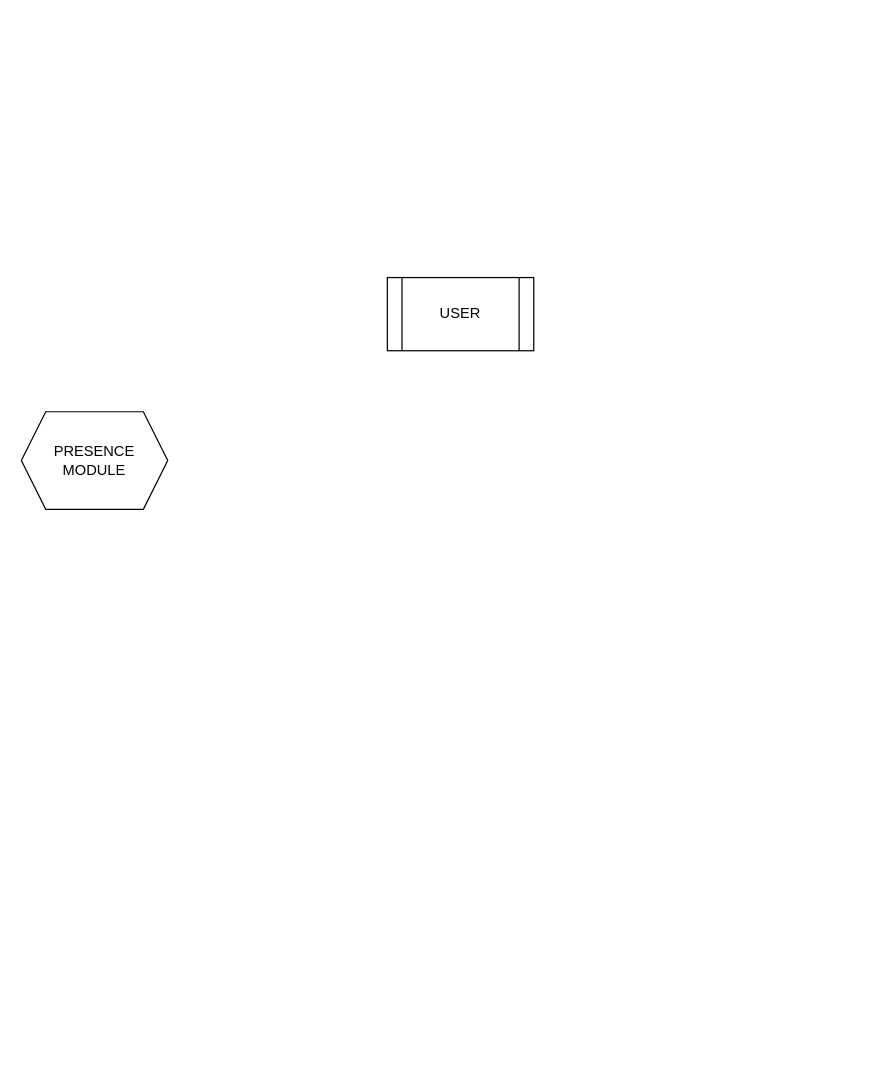
pustvts/pustvts-info keeps this draw.io diagram as project.drawio. Above is the earlier version. Source tidied: cells renumbered, new cells numbered last; positions are measured from the earlier drawing's top-left corner, leaving out a move shared by most shapes. Both pictures are drawn from the tidied source at 122%, with x=0, y=0 at pixel (21, 277).
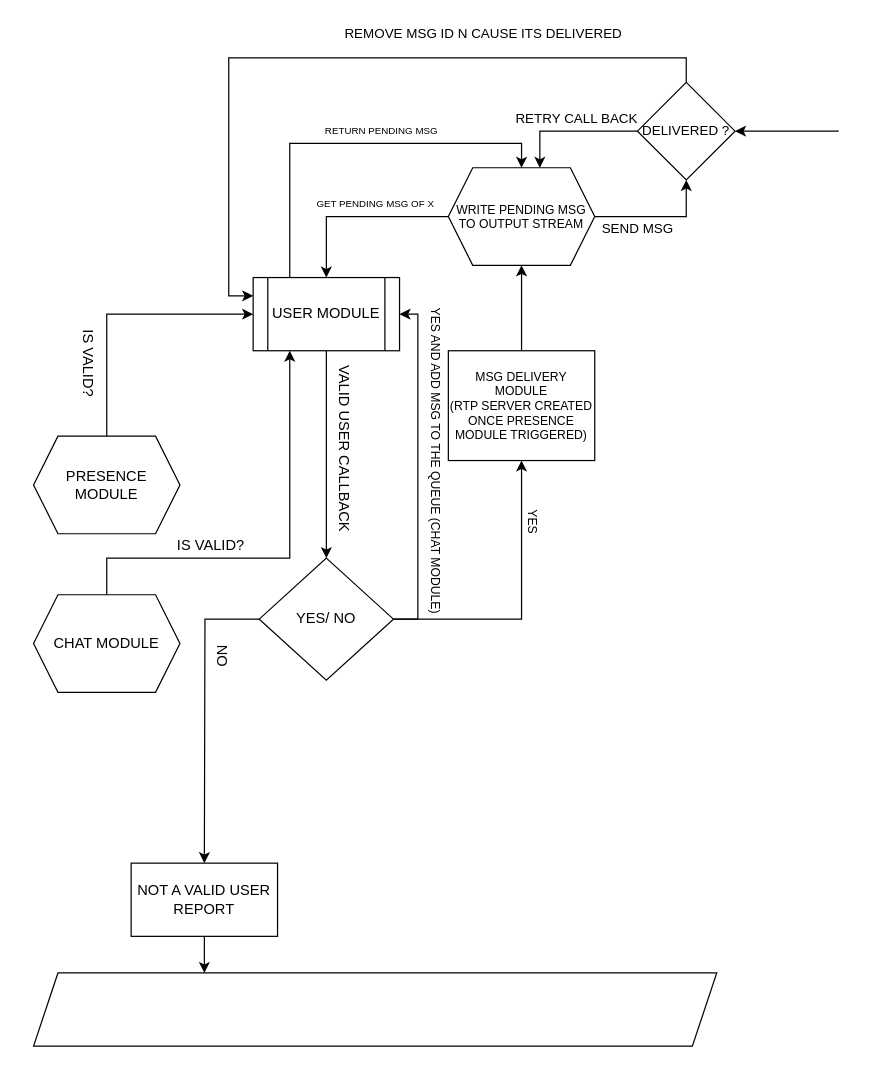
After the change.

Change to the diagram source:
```diff
@@
+    <mxCell id="4" style="edgeStyle=orthogonalEdgeStyle;rounded=0;jettySize=auto;html=1;exitX=0.5;exitY=1;exitDx=0;exitDy=0;" parent="1" edge="1" source="2">
+      <mxGeometry relative="1" as="geometry">
+        <mxPoint x="250" y="230" as="targetPoint" />
+      </mxGeometry>
+    </mxCell>
+    <mxCell id="5" style="edgeStyle=orthogonalEdgeStyle;rounded=0;jettySize=auto;html=1;exitX=0.25;exitY=0;exitDx=0;exitDy=0;entryX=0.5;entryY=0;entryDx=0;entryDy=0;fontSize=8;" parent="1" edge="1" source="2" target="26">
+      <mxGeometry relative="1" as="geometry" />
+    </mxCell>
-    <mxCell id="2" value="USER" style="shape=process;whiteSpace=wrap;html=1;backgroundOutline=1;" parent="1" vertex="1">
-      <mxGeometry x="300" width="120" height="60" as="geometry" />
+    <mxCell id="2" value="USER MODULE" style="shape=process;whiteSpace=wrap;html=1;backgroundOutline=1;" parent="1" vertex="1">
+      <mxGeometry x="190" width="120" height="60" as="geometry" />
     </mxCell>
+    <mxCell id="6" style="edgeStyle=orthogonalEdgeStyle;rounded=0;jettySize=auto;html=1;exitX=0.5;exitY=0;exitDx=0;exitDy=0;entryX=0;entryY=0.5;entryDx=0;entryDy=0;" parent="1" edge="1" source="3" target="2">
+      <mxGeometry relative="1" as="geometry" />
+    </mxCell>
     <mxCell id="3" value="PRESENCE MODULE" style="shape=hexagon;perimeter=hexagonPerimeter2;whiteSpace=wrap;html=1;fixedSize=1;" parent="1" vertex="1">
-      <mxGeometry y="110" width="120" height="80" as="geometry" />
+      <mxGeometry x="10" y="130" width="120" height="80" as="geometry" />
     </mxCell>
+    <mxCell id="7" style="edgeStyle=orthogonalEdgeStyle;rounded=0;jettySize=auto;html=1;exitX=0.5;exitY=0;exitDx=0;exitDy=0;entryX=0.25;entryY=1;entryDx=0;entryDy=0;" parent="1" edge="1" source="8" target="2">
+      <mxGeometry relative="1" as="geometry">
+        <Array as="points">
+          <mxPoint x="70" y="230" />
+          <mxPoint x="220" y="230" />
+        </Array>
+      </mxGeometry>
+    </mxCell>
+    <mxCell id="8" value="CHAT MODULE" style="shape=hexagon;perimeter=hexagonPerimeter2;whiteSpace=wrap;html=1;fixedSize=1;" parent="1" vertex="1">
+      <mxGeometry x="10" y="260" width="120" height="80" as="geometry" />
+    </mxCell>
+    <mxCell id="9" value="IS VALID?" style="text;html=1;align=center;verticalAlign=middle;strokeColor=none;fillColor=none;" parent="1" vertex="1">
+      <mxGeometry x="120" y="210" width="70" height="20" as="geometry" />
+    </mxCell>
+    <mxCell id="10" style="edgeStyle=orthogonalEdgeStyle;rounded=0;jettySize=auto;html=1;exitX=1;exitY=0.5;exitDx=0;exitDy=0;entryX=1;entryY=0.5;entryDx=0;entryDy=0;" parent="1" edge="1" source="13" target="2">
+      <mxGeometry relative="1" as="geometry" />
+    </mxCell>
+    <mxCell id="11" style="edgeStyle=orthogonalEdgeStyle;rounded=0;jettySize=auto;html=1;exitX=0;exitY=0.5;exitDx=0;exitDy=0;" parent="1" edge="1" source="13">
+      <mxGeometry relative="1" as="geometry">
+        <mxPoint x="150" y="480" as="targetPoint" />
+      </mxGeometry>
+    </mxCell>
+    <mxCell id="12" style="edgeStyle=orthogonalEdgeStyle;rounded=0;jettySize=auto;html=1;exitX=1;exitY=0.5;exitDx=0;exitDy=0;" parent="1" edge="1" source="13" target="22">
+      <mxGeometry relative="1" as="geometry" />
+    </mxCell>
+    <mxCell id="13" value="YES/ NO" style="rhombus;whiteSpace=wrap;html=1;" parent="1" vertex="1">
+      <mxGeometry x="195" y="230" width="110" height="100" as="geometry" />
+    </mxCell>
+    <mxCell id="14" value="YES AND ADD MSG TO THE QUEUE (CHAT MODULE)" style="text;html=1;align=center;verticalAlign=middle;strokeColor=none;fillColor=none;rotation=90;fontSize=10;" parent="1" vertex="1">
+      <mxGeometry x="205" y="140" width="270" height="20" as="geometry" />
+    </mxCell>
+    <mxCell id="15" value="NO" style="text;html=1;align=center;verticalAlign=middle;strokeColor=none;fillColor=none;rotation=90;" parent="1" vertex="1">
+      <mxGeometry x="150" y="300" width="30" height="20" as="geometry" />
+    </mxCell>
+    <mxCell id="16" value="VALID USER CALLBACK" style="text;html=1;align=center;verticalAlign=middle;strokeColor=none;fillColor=none;rotation=90;" parent="1" vertex="1">
+      <mxGeometry x="190" y="130" width="150" height="20" as="geometry" />
+    </mxCell>
+    <mxCell id="17" style="shape=parallelogram;perimeter=parallelogramPerimeter;whiteSpace=wrap;html=1;fixedSize=1;" parent="1" vertex="1">
+      <mxGeometry x="10" y="570" width="560" height="60" as="geometry" />
+    </mxCell>
+    <mxCell id="18" style="edgeStyle=orthogonalEdgeStyle;rounded=0;jettySize=auto;html=1;exitX=0.5;exitY=1;exitDx=0;exitDy=0;entryX=0.25;entryY=0;entryDx=0;entryDy=0;" parent="1" edge="1" source="19" target="17">
+      <mxGeometry relative="1" as="geometry" />
+    </mxCell>
+    <mxCell id="19" value="NOT A VALID USER REPORT" style="rounded=0;whiteSpace=wrap;html=1;" parent="1" vertex="1">
+      <mxGeometry x="90" y="480" width="120" height="60" as="geometry" />
+    </mxCell>
+    <mxCell id="20" value="IS VALID?" style="text;html=1;align=center;verticalAlign=middle;strokeColor=none;fillColor=none;rotation=90;" parent="1" vertex="1">
+      <mxGeometry x="20" y="60" width="70" height="20" as="geometry" />
+    </mxCell>
+    <mxCell id="21" style="edgeStyle=orthogonalEdgeStyle;rounded=0;jettySize=auto;html=1;exitX=0.5;exitY=0;exitDx=0;exitDy=0;fontSize=10;" parent="1" edge="1" source="22" target="26">
+      <mxGeometry relative="1" as="geometry" />
+    </mxCell>
+    <mxCell id="22" value="MSG DELIVERY MODULE&lt;br&gt;(RTP SERVER CREATED ONCE PRESENCE MODULE TRIGGERED)" style="rounded=0;whiteSpace=wrap;html=1;fontSize=10;" parent="1" vertex="1">
+      <mxGeometry x="350" y="60" width="120" height="90" as="geometry" />
+    </mxCell>
+    <mxCell id="23" value="YES" style="text;html=1;align=center;verticalAlign=middle;strokeColor=none;fillColor=none;fontSize=10;rotation=90;" parent="1" vertex="1">
+      <mxGeometry x="400" y="190" width="40" height="20" as="geometry" />
+    </mxCell>
+    <mxCell id="24" style="edgeStyle=orthogonalEdgeStyle;rounded=0;jettySize=auto;html=1;exitX=0;exitY=0.5;exitDx=0;exitDy=0;fontSize=10;" parent="1" edge="1" source="26" target="2">
+      <mxGeometry relative="1" as="geometry" />
+    </mxCell>
+    <mxCell id="25" style="edgeStyle=orthogonalEdgeStyle;rounded=0;jettySize=auto;html=1;exitX=1;exitY=0.5;exitDx=0;exitDy=0;fontSize=8;entryX=0.5;entryY=1;entryDx=0;entryDy=0;" parent="1" edge="1" source="26" target="34">
+      <mxGeometry relative="1" as="geometry" />
+    </mxCell>
+    <mxCell id="26" value="WRITE PENDING MSG TO OUTPUT STREAM" style="shape=hexagon;perimeter=hexagonPerimeter2;whiteSpace=wrap;html=1;fixedSize=1;fontSize=10;" parent="1" vertex="1">
+      <mxGeometry x="350" y="-90" width="120" height="80" as="geometry" />
+    </mxCell>
+    <mxCell id="27" value="GET PENDING MSG OF X" style="text;html=1;align=center;verticalAlign=middle;strokeColor=none;fillColor=none;fontSize=8;" parent="1" vertex="1">
+      <mxGeometry x="235" y="-70" width="110" height="20" as="geometry" />
+    </mxCell>
+    <mxCell id="28" value="RETURN PENDING MSG" style="text;html=1;align=center;verticalAlign=middle;strokeColor=none;fillColor=none;fontSize=8;" parent="1" vertex="1">
+      <mxGeometry x="240" y="-130" width="110" height="20" as="geometry" />
+    </mxCell>
+    <mxCell id="29" value="SEND MSG" style="text;html=1;align=center;verticalAlign=middle;strokeColor=none;fillColor=none;fontSize=11;" parent="1" vertex="1">
+      <mxGeometry x="470" y="-50" width="70" height="20" as="geometry" />
+    </mxCell>
+    <mxCell id="30" style="endArrow=classic;html=1;fontSize=11;entryX=1;entryY=0.5;entryDx=0;entryDy=0;" parent="1" edge="1" target="34">
+      <mxGeometry relative="1" as="geometry">
+        <mxPoint x="670" y="-120" as="sourcePoint" />
+      </mxGeometry>
+    </mxCell>
+    <mxCell id="31" value="REMOVE MSG ID N CAUSE ITS DELIVERED&amp;nbsp;" style="text;html=1;align=center;verticalAlign=middle;strokeColor=none;fillColor=none;fontSize=11;" parent="1" vertex="1">
+      <mxGeometry x="255" y="-210" width="250" height="20" as="geometry" />
+    </mxCell>
+    <mxCell id="32" style="edgeStyle=orthogonalEdgeStyle;rounded=0;jettySize=auto;html=1;exitX=0.5;exitY=0;exitDx=0;exitDy=0;entryX=0;entryY=0.25;entryDx=0;entryDy=0;fontSize=11;" parent="1" edge="1" source="34" target="2">
+      <mxGeometry relative="1" as="geometry" />
+    </mxCell>
+    <mxCell id="33" style="edgeStyle=orthogonalEdgeStyle;rounded=0;jettySize=auto;html=1;exitX=0;exitY=0.5;exitDx=0;exitDy=0;entryX=0.625;entryY=0;entryDx=0;entryDy=0;fontSize=11;" parent="1" edge="1" source="34" target="26">
+      <mxGeometry relative="1" as="geometry" />
+    </mxCell>
+    <mxCell id="34" value="DELIVERED ?" style="rhombus;whiteSpace=wrap;html=1;fontSize=11;" parent="1" vertex="1">
+      <mxGeometry x="505" y="-160" width="80" height="80" as="geometry" />
+    </mxCell>
+    <mxCell id="35" value="RETRY CALL BACK" style="text;html=1;align=center;verticalAlign=middle;strokeColor=none;fillColor=none;fontSize=11;" parent="1" vertex="1">
+      <mxGeometry x="395" y="-140" width="120" height="20" as="geometry" />
+    </mxCell>
```
